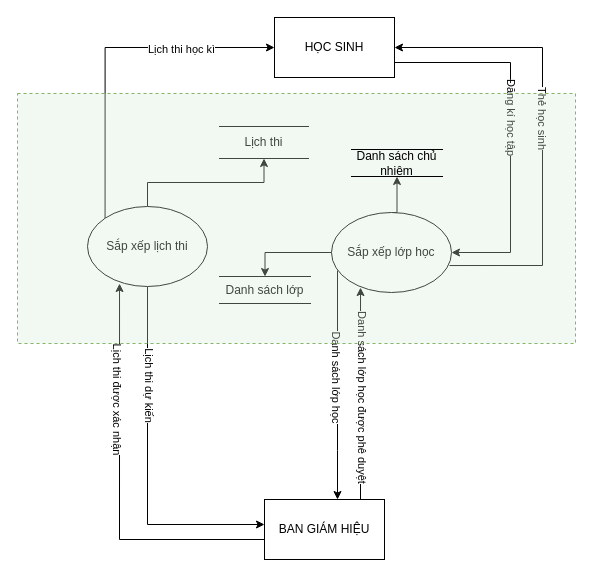
Above: 2.2.3.c.drawio in TLGKien/graph (draw.io), before the change. Source tidied: cells renumbered, new cells numbered last; positions are measured from the earlier drawing's top-left corner, leaving out a move shared by most shapes. Both pictures are drawn from the tidied source at 100%, with x=0, y=0 at pixel (17, 17).
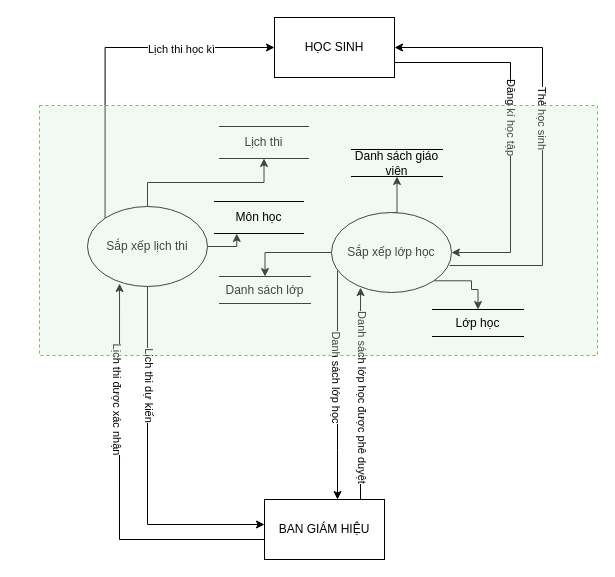
After the change.

Unchanged cells that the change refers to:
```xml
<mxCell id="20" value="Sắp xếp lớp học" style="ellipse;whiteSpace=wrap;html=1;" parent="1" vertex="1">
  <mxGeometry x="314" y="195" width="120" height="80" as="geometry" />
</mxCell>
<mxCell id="24" value="Sắp xếp lịch thi" style="ellipse;whiteSpace=wrap;html=1;" parent="1" vertex="1">
  <mxGeometry x="70" y="189" width="120" height="80" as="geometry" />
</mxCell>
```

What changed in the source:
```diff
@@
+    <mxCell id="27" style="edgeStyle=orthogonalEdgeStyle;rounded=0;jettySize=auto;html=1;exitX=1;exitY=1;exitDx=0;exitDy=0;entryX=0.5;entryY=0;entryDx=0;entryDy=0;" parent="1" edge="1" source="20" target="30">
+      <mxGeometry relative="1" as="geometry">
+        <Array as="points">
+          <mxPoint x="454" y="263" />
+          <mxPoint x="454" y="272" />
+          <mxPoint x="461" y="272" />
+        </Array>
+      </mxGeometry>
+    </mxCell>
@@
+    <mxCell id="28" style="edgeStyle=orthogonalEdgeStyle;rounded=0;jettySize=auto;html=1;exitX=1;exitY=0.5;exitDx=0;exitDy=0;entryX=0.25;entryY=1;entryDx=0;entryDy=0;" parent="1" edge="1" source="24" target="29">
+      <mxGeometry relative="1" as="geometry" />
+    </mxCell>
@@
     <mxCell id="25" style="rounded=0;whiteSpace=wrap;html=1;fillColor=#d5e8d4;strokeColor=#82b366;dashed=1;fillOpacity=30;" parent="1" vertex="1">
-      <mxGeometry y="76" width="558" height="250" as="geometry" />
+      <mxGeometry x="22" y="88" width="558" height="250" as="geometry" />
     </mxCell>
-    <mxCell id="26" value="Danh sách chủ nhiệm" style="shape=partialRectangle;whiteSpace=wrap;html=1;left=0;right=0;fillColor=none;rounded=0;shadow=0;glass=0;sketch=0;" parent="1" vertex="1">
+    <mxCell id="26" value="Danh sách giáo viên" style="shape=partialRectangle;whiteSpace=wrap;html=1;left=0;right=0;fillColor=none;rounded=0;shadow=0;glass=0;sketch=0;" parent="1" vertex="1">
       <mxGeometry x="334" y="132" width="91" height="27" as="geometry" />
     </mxCell>
+    <mxCell id="29" value="Môn học" style="shape=partialRectangle;whiteSpace=wrap;html=1;left=0;right=0;fillColor=none;rounded=0;shadow=0;glass=0;sketch=0;" parent="1" vertex="1">
+      <mxGeometry x="197" y="184" width="89" height="32" as="geometry" />
+    </mxCell>
+    <mxCell id="30" value="Lớp học" style="shape=partialRectangle;whiteSpace=wrap;html=1;left=0;right=0;fillColor=none;rounded=0;shadow=0;glass=0;sketch=0;" parent="1" vertex="1">
+      <mxGeometry x="415" y="292" width="91" height="27" as="geometry" />
+    </mxCell>
```
